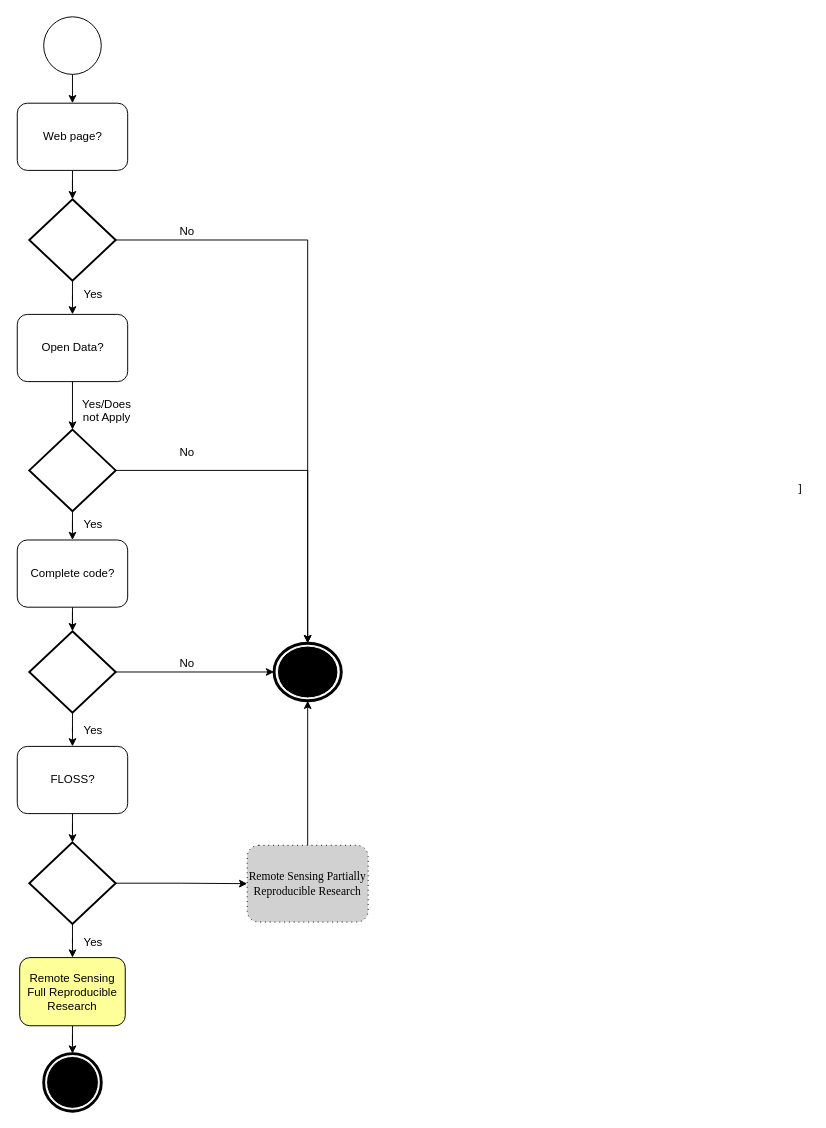
Above: Figures/DrawIO/V3.diagrama.drawio in acfrery/Grading-Reproducibility-in-Remote-Sensing-Articles (draw.io), before the change. Source tidied: cells renumbered, new cells numbered last; positions are measured from the earlier drawing's top-left corner, leaving out a move shared by most shapes. Both pictures are drawn from the tidied source at 96%, with x=0, y=0 at pixel (16, 16).
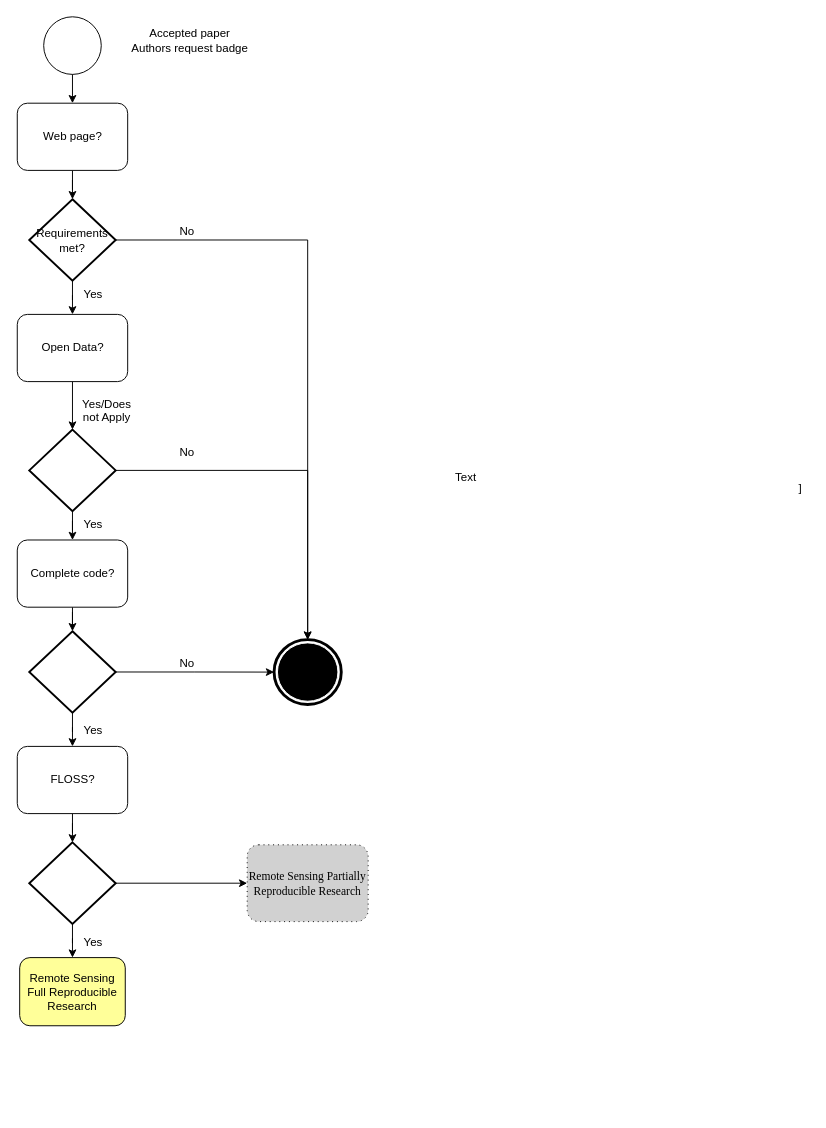
The same page after the edit.

Unchanged cells that the change refers to:
```xml
<mxCell id="38" value="&lt;div&gt;Remote Sensing Full Reproducible Research&lt;/div&gt;" style="shape=ext;rounded=1;html=1;whiteSpace=wrap;align=center;fillColor=#FFFF99;" parent="1" vertex="1">
  <mxGeometry x="3" y="980" width="110" height="71" as="geometry" />
</mxCell>
```

The edit, as a diff of the source:
```diff
@@
-    <mxCell id="5" style="strokeWidth=2;html=1;shape=mxgraph.flowchart.decision;whiteSpace=wrap;" parent="1" vertex="1">
+    <mxCell id="5" value="Requirements&lt;br&gt;met?" style="strokeWidth=2;html=1;shape=mxgraph.flowchart.decision;whiteSpace=wrap;" parent="1" vertex="1">
       <mxGeometry x="13" y="190" width="90" height="85" as="geometry" />
     </mxCell>
     <mxCell id="6" style="shape=mxgraph.bpmn.shape;html=1;verticalLabelPosition=bottom;labelBackgroundColor=#ffffff;verticalAlign=top;align=center;perimeter=ellipsePerimeter;outlineConnect=0;outline=end;symbol=terminate;" parent="1" vertex="1">
-      <mxGeometry x="268" y="652.5" width="70" height="60" as="geometry" />
+      <mxGeometry x="268" y="648.8" width="70" height="67.5" as="geometry" />
     </mxCell>
@@
-    <mxCell id="18" style="shape=mxgraph.bpmn.shape;html=1;verticalLabelPosition=bottom;labelBackgroundColor=#ffffff;verticalAlign=top;align=center;perimeter=ellipsePerimeter;outlineConnect=0;outline=end;symbol=terminate;" parent="1" vertex="1">
-      <mxGeometry x="28" y="1080" width="60" height="60" as="geometry" />
-    </mxCell>
@@
-    <mxCell id="35" style="edgeStyle=orthogonalEdgeStyle;rounded=0;jettySize=auto;html=1;fontFamily=Times New Roman;entryX=0.5;entryY=1;entryDx=0;entryDy=0;" parent="1" edge="1" source="36" target="6">
-      <mxGeometry relative="1" as="geometry" />
-    </mxCell>
     <mxCell id="36" value="Remote Sensing Partially&lt;br&gt;Reproducible Research" style="shape=ext;rounded=1;html=1;whiteSpace=wrap;dashed=1;dashPattern=1 4;fontFamily=Times New Roman;fillColor=#D1D1D1;" parent="1" vertex="1">
-      <mxGeometry x="240" y="863" width="126" height="80" as="geometry" />
+      <mxGeometry x="240" y="862.5" width="126" height="80" as="geometry" />
     </mxCell>
-    <mxCell id="37" style="edgeStyle=orthogonalEdgeStyle;rounded=0;jettySize=auto;html=1;fontFamily=Times New Roman;entryX=0.5;entryY=0;entryDx=0;entryDy=0;" parent="1" edge="1" source="38" target="18">
-      <mxGeometry relative="1" as="geometry" />
-    </mxCell>
@@
+    <mxCell id="39" value="Text" style="text;html=1;strokeColor=none;fillColor=none;align=center;verticalAlign=middle;whiteSpace=wrap;rounded=0;" parent="1" vertex="1">
+      <mxGeometry x="448" y="470" width="40" height="20" as="geometry" />
+    </mxCell>
+    <mxCell id="40" value="Accepted paper&lt;br&gt;Authors request badge" style="text;html=1;strokeColor=none;fillColor=none;align=center;verticalAlign=middle;whiteSpace=wrap;rounded=0;" parent="1" vertex="1">
+      <mxGeometry x="113" y="10" width="135" height="30" as="geometry" />
+    </mxCell>
```
